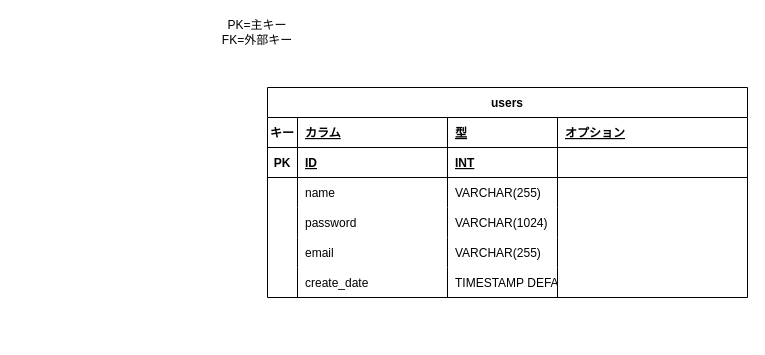
This is mysql/ER.dio from Sansyou47/kd-develop-2024-team-A, a draw.io file, before an edit. Source tidied: cells renumbered, new cells numbered last; positions are measured from the earlier drawing's top-left corner, leaving out a move shared by most shapes. Both pictures are drawn from the tidied source at 100%, with x=0, y=0 at pixel (187, 17).
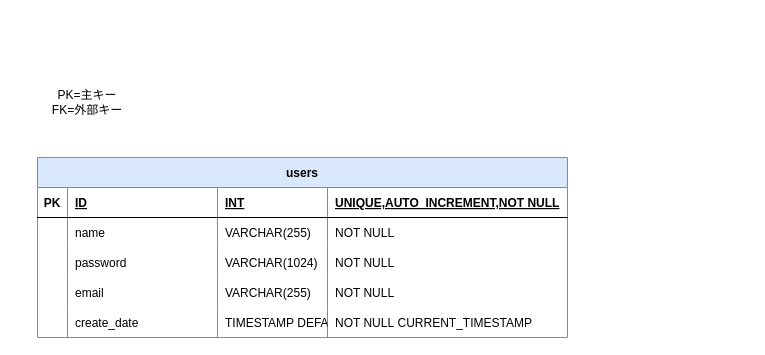
The same page after the edit.

Change to the diagram source:
```diff
@@
-    <mxCell id="2" value="users" style="shape=table;startSize=30;childLayout=tableLayout;rowLines=0;fontStyle=1;align=center;" parent="1" vertex="1">
-      <mxGeometry x="80" y="70" width="480" height="210" as="geometry" />
+    <mxCell id="2" value="users" style="shape=table;startSize=30;childLayout=tableLayout;rowLines=0;fontStyle=1;align=center;fillColor=#dae8fc;strokeColor=#6c8ebf;" parent="1" vertex="1">
+      <mxGeometry x="-150" y="140" width="530" height="180" as="geometry" />
     </mxCell>
-    <mxCell id="3" style="shape=tableRow;horizontal=0;startSize=0;swimlaneHead=0;swimlaneBody=0;fillColor=none;top=0;left=0;right=0;bottom=1;" parent="2" vertex="1">
-      <mxGeometry y="30" width="480" height="30" as="geometry" />
-    </mxCell>
-    <mxCell id="4" value="キー" style="shape=partialRectangle;fillColor=none;top=0;left=0;bottom=0;right=0;fontStyle=1;overflow=hidden;" parent="3" vertex="1">
-      <mxGeometry width="30" height="30" as="geometry" />
-    </mxCell>
-    <mxCell id="5" value="カラム" style="shape=partialRectangle;fillColor=none;top=0;left=0;bottom=0;right=0;align=left;spacingLeft=6;fontStyle=5;overflow=hidden;" parent="3" vertex="1">
-      <mxGeometry x="30" width="150" height="30" as="geometry" />
-    </mxCell>
-    <mxCell id="6" value="型" style="shape=partialRectangle;fillColor=none;top=0;left=0;bottom=0;right=0;align=left;spacingLeft=6;fontStyle=5;overflow=hidden;" parent="3" vertex="1">
-      <mxGeometry x="180" width="110" height="30" as="geometry" />
-    </mxCell>
-    <mxCell id="7" value="オプション" style="shape=partialRectangle;fillColor=none;top=0;left=0;bottom=0;right=0;align=left;spacingLeft=6;fontStyle=5;overflow=hidden;" parent="3" vertex="1">
-      <mxGeometry x="290" width="190" height="30" as="geometry" />
-    </mxCell>
     <mxCell id="8" style="shape=tableRow;horizontal=0;startSize=0;swimlaneHead=0;swimlaneBody=0;fillColor=none;top=0;left=0;right=0;bottom=1;" parent="2" vertex="1">
-      <mxGeometry y="60" width="480" height="30" as="geometry" />
+      <mxGeometry y="30" width="530" height="30" as="geometry" />
     </mxCell>
@@
-    <mxCell id="12" style="shape=partialRectangle;fillColor=none;top=0;left=0;bottom=0;right=0;align=left;spacingLeft=6;fontStyle=5;overflow=hidden;" parent="8" vertex="1">
-      <mxGeometry x="290" width="190" height="30" as="geometry" />
+    <mxCell id="12" value="UNIQUE,AUTO_INCREMENT,NOT NULL" style="shape=partialRectangle;fillColor=none;top=0;left=0;bottom=0;right=0;align=left;spacingLeft=6;fontStyle=5;overflow=hidden;" parent="8" vertex="1">
+      <mxGeometry x="290" width="240" height="30" as="geometry" />
     </mxCell>
     <mxCell id="13" style="shape=tableRow;horizontal=0;startSize=0;swimlaneHead=0;swimlaneBody=0;fillColor=none;top=0;left=0;right=0;bottom=0;" parent="2" vertex="1">
-      <mxGeometry y="90" width="480" height="30" as="geometry" />
+      <mxGeometry y="60" width="530" height="30" as="geometry" />
     </mxCell>
@@
-    <mxCell id="17" style="shape=partialRectangle;fillColor=none;top=0;left=0;bottom=0;right=0;align=left;spacingLeft=6;overflow=hidden;" parent="13" vertex="1">
-      <mxGeometry x="290" width="190" height="30" as="geometry" />
+    <mxCell id="17" value="NOT NULL" style="shape=partialRectangle;fillColor=none;top=0;left=0;bottom=0;right=0;align=left;spacingLeft=6;overflow=hidden;" parent="13" vertex="1">
+      <mxGeometry x="290" width="240" height="30" as="geometry" />
     </mxCell>
     <mxCell id="18" style="shape=tableRow;horizontal=0;startSize=0;swimlaneHead=0;swimlaneBody=0;fillColor=none;top=0;left=0;right=0;bottom=0;" parent="2" vertex="1">
-      <mxGeometry y="120" width="480" height="30" as="geometry" />
+      <mxGeometry y="90" width="530" height="30" as="geometry" />
     </mxCell>
@@
-    <mxCell id="22" style="shape=partialRectangle;fillColor=none;top=0;left=0;bottom=0;right=0;align=left;spacingLeft=6;overflow=hidden;" parent="18" vertex="1">
-      <mxGeometry x="290" width="190" height="30" as="geometry" />
+    <mxCell id="22" value="NOT NULL" style="shape=partialRectangle;fillColor=none;top=0;left=0;bottom=0;right=0;align=left;spacingLeft=6;overflow=hidden;" parent="18" vertex="1">
+      <mxGeometry x="290" width="240" height="30" as="geometry" />
     </mxCell>
     <mxCell id="23" style="shape=tableRow;horizontal=0;startSize=0;swimlaneHead=0;swimlaneBody=0;fillColor=none;top=0;left=0;right=0;bottom=0;" parent="2" vertex="1">
-      <mxGeometry y="150" width="480" height="30" as="geometry" />
+      <mxGeometry y="120" width="530" height="30" as="geometry" />
     </mxCell>
@@
-    <mxCell id="27" style="shape=partialRectangle;fillColor=none;top=0;left=0;bottom=0;right=0;align=left;spacingLeft=6;overflow=hidden;" parent="23" vertex="1">
-      <mxGeometry x="290" width="190" height="30" as="geometry" />
+    <mxCell id="27" value="NOT NULL" style="shape=partialRectangle;fillColor=none;top=0;left=0;bottom=0;right=0;align=left;spacingLeft=6;overflow=hidden;" parent="23" vertex="1">
+      <mxGeometry x="290" width="240" height="30" as="geometry" />
     </mxCell>
     <mxCell id="28" style="shape=tableRow;horizontal=0;startSize=0;swimlaneHead=0;swimlaneBody=0;fillColor=none;top=0;left=0;right=0;bottom=0;" parent="2" vertex="1">
-      <mxGeometry y="180" width="480" height="30" as="geometry" />
+      <mxGeometry y="150" width="530" height="30" as="geometry" />
     </mxCell>
@@
-    <mxCell id="32" style="shape=partialRectangle;fillColor=none;top=0;left=0;bottom=0;right=0;align=left;spacingLeft=6;overflow=hidden;" parent="28" vertex="1">
-      <mxGeometry x="290" width="190" height="30" as="geometry" />
+    <mxCell id="32" value="NOT NULL CURRENT_TIMESTAMP" style="shape=partialRectangle;fillColor=none;top=0;left=0;bottom=0;right=0;align=left;spacingLeft=6;overflow=hidden;" parent="28" vertex="1">
+      <mxGeometry x="290" width="240" height="30" as="geometry" />
     </mxCell>
     <mxCell id="33" value="PK=主キー&lt;br&gt;FK=外部キー" style="text;html=1;strokeColor=none;fillColor=none;align=center;verticalAlign=middle;whiteSpace=wrap;rounded=0;" parent="1" vertex="1">
-      <mxGeometry width="140" height="30" as="geometry" />
+      <mxGeometry x="-170" y="70" width="140" height="30" as="geometry" />
     </mxCell>
```
